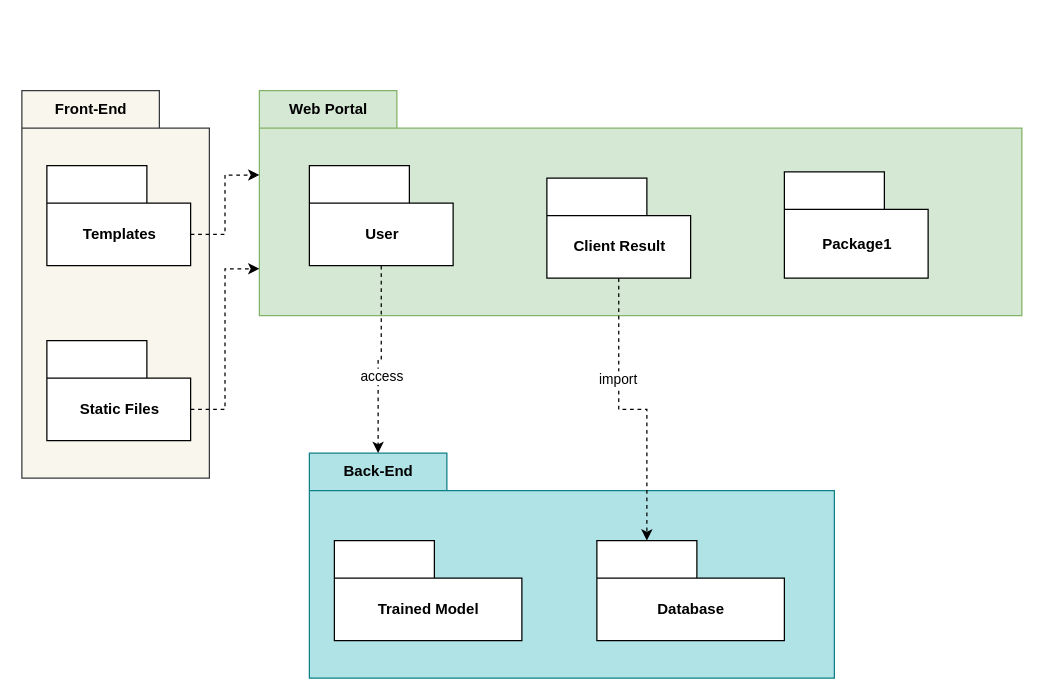
This is package_web_GBSD.drawio from mabdulrafea101/sohaib_fyp_docs, a draw.io file, before an edit. Source tidied: cells renumbered, new cells numbered last; positions are measured from the earlier drawing's top-left corner, leaving out a move shared by most shapes. Both pictures are drawn from the tidied source at 125%, with x=0, y=0 at pixel (21, 90).
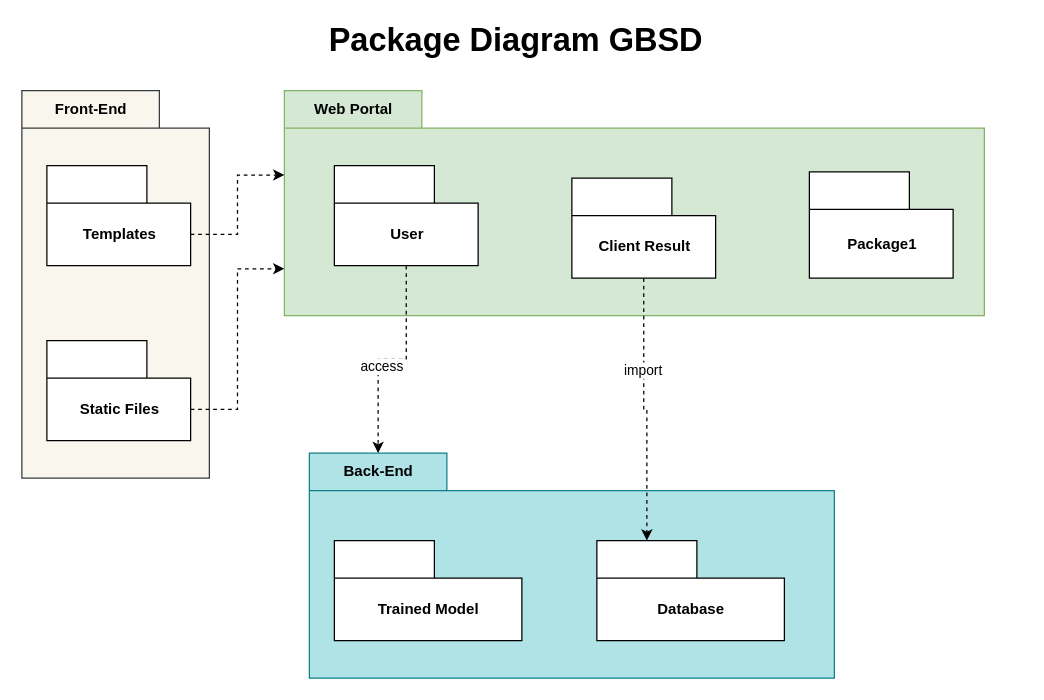
The same page after the edit.

What changed in the source:
```diff
@@
 <mxGraphModel>
   <root>
     <mxCell id="0" />
     <mxCell id="1" parent="0" />
     <mxCell id="2" value="Front-End" style="shape=folder;fontStyle=1;tabWidth=110;tabHeight=30;tabPosition=left;html=1;boundedLbl=1;labelInHeader=1;fillColor=#f9f7ed;strokeColor=#36393d;" parent="1" vertex="1">
       <mxGeometry width="150" height="310" as="geometry" />
     </mxCell>
     <mxCell id="3" value="Web Portal" style="shape=folder;fontStyle=1;tabWidth=110;tabHeight=30;tabPosition=left;html=1;boundedLbl=1;labelInHeader=1;fillColor=#d5e8d4;strokeColor=#82b366;" parent="1" vertex="1">
-      <mxGeometry x="190" width="610" height="180" as="geometry" />
+      <mxGeometry x="210" width="560" height="180" as="geometry" />
     </mxCell>
     <mxCell id="4" value="User" style="shape=folder;fontStyle=1;tabWidth=80;tabHeight=30;tabPosition=left;html=1;boundedLbl=1;" parent="3" vertex="1">
       <mxGeometry x="40" y="60" width="115" height="80" as="geometry" />
     </mxCell>
     <mxCell id="5" value="Package1" style="shape=folder;fontStyle=1;tabWidth=80;tabHeight=30;tabPosition=left;html=1;boundedLbl=1;" parent="3" vertex="1">
       <mxGeometry x="420" y="65" width="115" height="85" as="geometry" />
     </mxCell>
     <mxCell id="6" value="Client Result" style="shape=folder;fontStyle=1;tabWidth=80;tabHeight=30;tabPosition=left;html=1;boundedLbl=1;" parent="3" vertex="1">
       <mxGeometry x="230" y="70" width="115" height="80" as="geometry" />
     </mxCell>
     <mxCell id="7" value="Back-End" style="shape=folder;fontStyle=1;tabWidth=110;tabHeight=30;tabPosition=left;html=1;boundedLbl=1;labelInHeader=1;fillColor=#b0e3e6;strokeColor=#0e8088;" parent="1" vertex="1">
       <mxGeometry x="230" y="290" width="420" height="180" as="geometry" />
     </mxCell>
     <mxCell id="8" value="Trained Model" style="shape=folder;fontStyle=1;tabWidth=80;tabHeight=30;tabPosition=left;html=1;boundedLbl=1;" parent="7" vertex="1">
       <mxGeometry x="20" y="70" width="150" height="80" as="geometry" />
     </mxCell>
     <mxCell id="9" value="Database" style="shape=folder;fontStyle=1;tabWidth=80;tabHeight=30;tabPosition=left;html=1;boundedLbl=1;" parent="7" vertex="1">
       <mxGeometry x="230" y="70" width="150" height="80" as="geometry" />
     </mxCell>
     <mxCell id="10" style="edgeStyle=orthogonalEdgeStyle;rounded=0;jettySize=auto;html=1;exitX=0;exitY=0;exitDx=115;exitDy=55;exitPerimeter=0;entryX=0;entryY=0;entryDx=0;entryDy=67.5;entryPerimeter=0;dashed=1;" parent="1" edge="1" source="11" target="3">
       <mxGeometry relative="1" as="geometry" />
     </mxCell>
     <mxCell id="11" value="Templates" style="shape=folder;fontStyle=1;tabWidth=80;tabHeight=30;tabPosition=left;html=1;boundedLbl=1;" parent="1" vertex="1">
       <mxGeometry x="20" y="60" width="115" height="80" as="geometry" />
     </mxCell>
     <mxCell id="12" style="edgeStyle=orthogonalEdgeStyle;rounded=0;jettySize=auto;html=1;exitX=0;exitY=0;exitDx=115;exitDy=55;exitPerimeter=0;entryX=0;entryY=0;entryDx=0;entryDy=142.5;entryPerimeter=0;dashed=1;" parent="1" edge="1" source="13" target="3">
       <mxGeometry relative="1" as="geometry" />
     </mxCell>
     <mxCell id="13" value="Static Files" style="shape=folder;fontStyle=1;tabWidth=80;tabHeight=30;tabPosition=left;html=1;boundedLbl=1;" parent="1" vertex="1">
       <mxGeometry x="20" y="200" width="115" height="80" as="geometry" />
     </mxCell>
     <mxCell id="14" style="edgeStyle=orthogonalEdgeStyle;rounded=0;jettySize=auto;html=1;exitX=0.5;exitY=1;exitDx=0;exitDy=0;exitPerimeter=0;entryX=0;entryY=0;entryDx=55;entryDy=0;entryPerimeter=0;dashed=1;" parent="1" edge="1" source="4" target="7">
       <mxGeometry relative="1" as="geometry" />
     </mxCell>
     <mxCell id="15" value="access" style="edgeLabel;html=1;align=center;verticalAlign=middle;" parent="14" vertex="1">
       <mxGeometry x="0.19" y="2" relative="1" as="geometry" />
     </mxCell>
     <mxCell id="16" style="edgeStyle=orthogonalEdgeStyle;rounded=0;jettySize=auto;html=1;exitX=0.5;exitY=1;exitDx=0;exitDy=0;exitPerimeter=0;entryX=0;entryY=0;entryDx=40;entryDy=0;entryPerimeter=0;dashed=1;" parent="1" edge="1" source="6" target="9">
       <mxGeometry relative="1" as="geometry" />
     </mxCell>
     <mxCell id="17" value="import" style="edgeLabel;html=1;align=center;verticalAlign=middle;" parent="16" vertex="1">
       <mxGeometry x="-0.31" y="-1" relative="1" as="geometry" />
     </mxCell>
+    <mxCell id="18" value="&lt;font style=&quot;font-size: 26px&quot; color=&quot;#000000&quot;&gt;&lt;b&gt;Package Diagram GBSD&lt;/b&gt;&lt;/font&gt;" style="text;html=1;align=center;verticalAlign=middle;strokeColor=none;" parent="1" vertex="1">
+      <mxGeometry x="240" y="-50" width="310" height="20" as="geometry" />
+    </mxCell>
   </root>
 </mxGraphModel>
```
